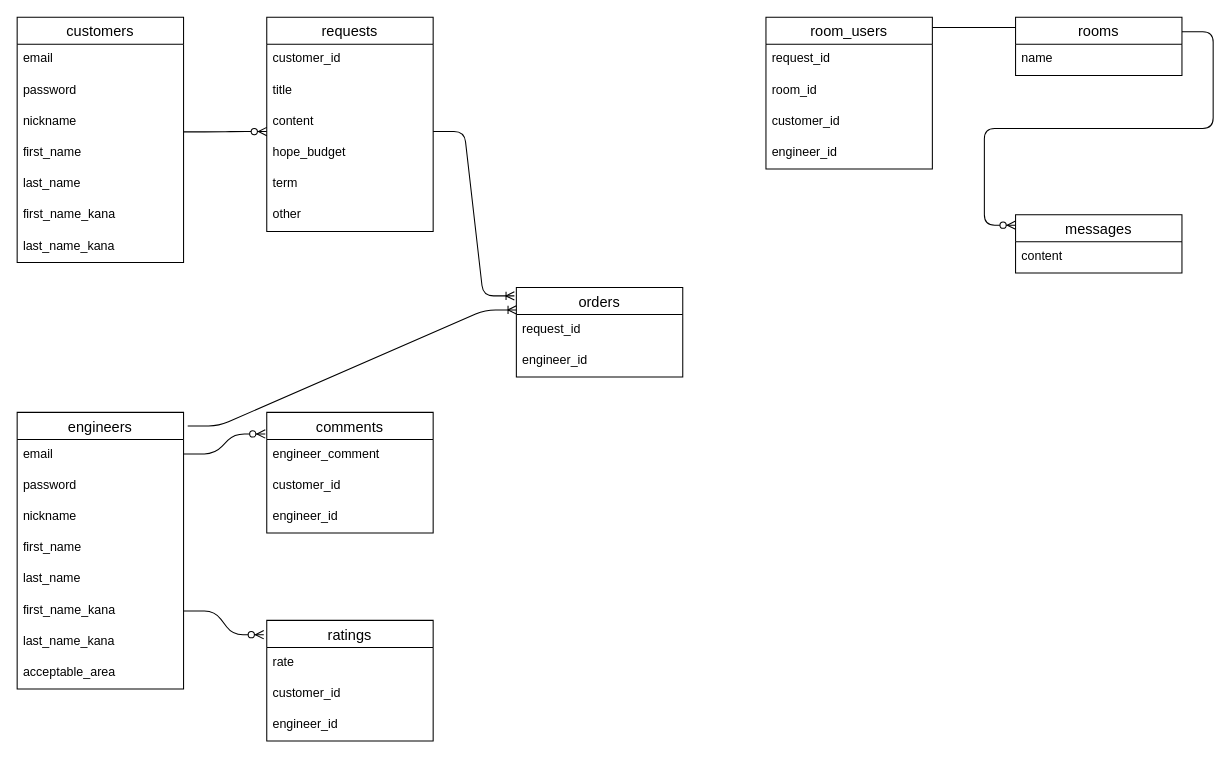
Before: er.dio in ikun2019/exece_bridge, a draw.io diagram. Source tidied: cells renumbered, new cells numbered last; positions are measured from the earlier drawing's top-left corner, leaving out a move shared by most shapes. Both pictures are drawn from the tidied source at 104%, with x=0, y=0 at pixel (17, 17).
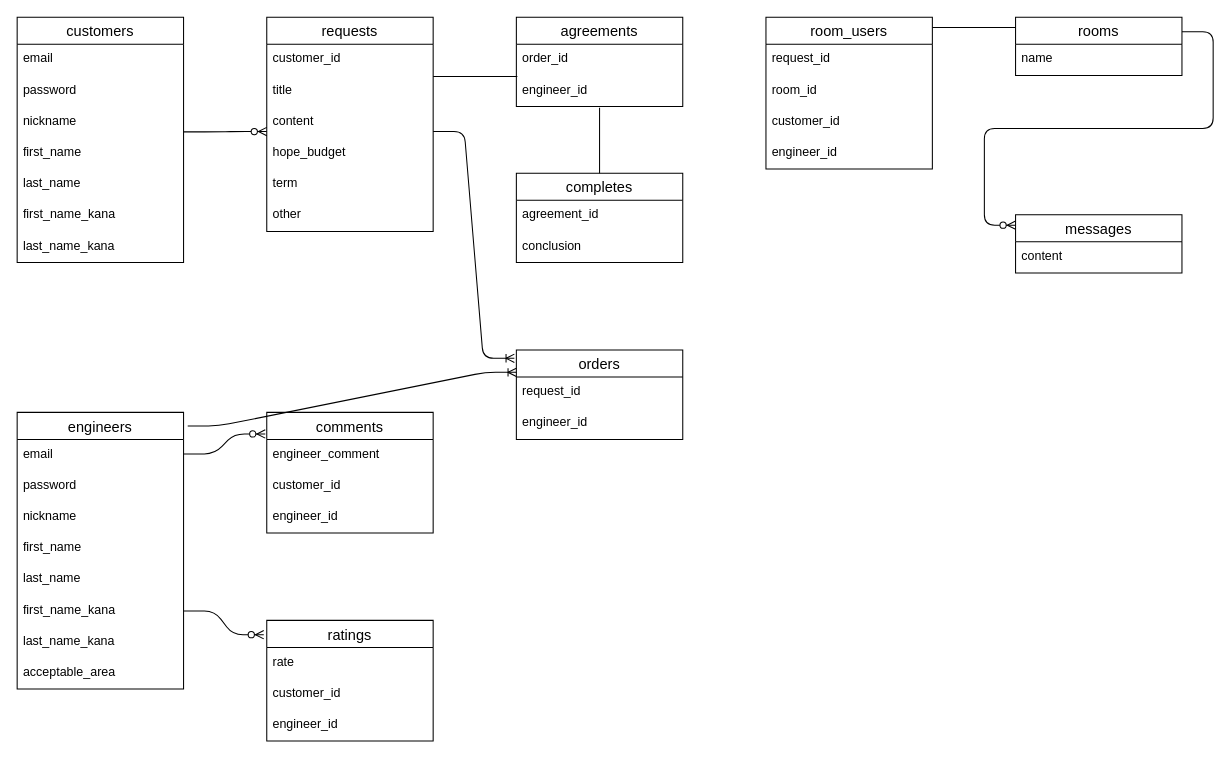
The same page after the edit.

The edit, as a diff of the source:
```diff
@@
     <mxCell id="47" value="orders" style="swimlane;fontStyle=0;horizontal=1;startSize=26;align=center;fontSize=14;" parent="1" vertex="1">
-      <mxGeometry x="480" y="260" width="160" height="86" as="geometry" />
+      <mxGeometry x="480" y="320" width="160" height="86" as="geometry" />
     </mxCell>
@@
+    <mxCell id="53" value="agreements" style="swimlane;fontStyle=0;horizontal=1;startSize=26;align=center;fontSize=14;" parent="1" vertex="1">
+      <mxGeometry x="480" width="160" height="86" as="geometry" />
+    </mxCell>
+    <mxCell id="54" value="order_id" style="text;strokeColor=none;fillColor=none;spacingLeft=4;spacingRight=4;overflow=hidden;fontSize=12;" parent="53" vertex="1">
+      <mxGeometry y="26" width="160" height="30" as="geometry" />
+    </mxCell>
+    <mxCell id="55" value="engineer_id" style="text;strokeColor=none;fillColor=none;spacingLeft=4;spacingRight=4;overflow=hidden;points=[[0,0.5],[1,0.5]];portConstraint=eastwest;fontSize=12;" parent="53" vertex="1">
+      <mxGeometry y="56" width="160" height="30" as="geometry" />
+    </mxCell>
+    <mxCell id="56" value="completes" style="swimlane;fontStyle=0;horizontal=1;startSize=26;align=center;fontSize=14;" parent="1" vertex="1">
+      <mxGeometry x="480" y="150" width="160" height="86" as="geometry" />
+    </mxCell>
+    <mxCell id="57" value="agreement_id" style="text;strokeColor=none;fillColor=none;spacingLeft=4;spacingRight=4;overflow=hidden;fontSize=12;" parent="56" vertex="1">
+      <mxGeometry y="26" width="160" height="30" as="geometry" />
+    </mxCell>
+    <mxCell id="58" value="conclusion" style="text;strokeColor=none;fillColor=none;spacingLeft=4;spacingRight=4;overflow=hidden;fontSize=12;" parent="56" vertex="1">
+      <mxGeometry y="56" width="160" height="30" as="geometry" />
+    </mxCell>
+    <mxCell id="59" style="endArrow=none;html=1;rounded=0;entryX=0.5;entryY=0;entryDx=0;entryDy=0;exitX=0.5;exitY=1.033;exitDx=0;exitDy=0;exitPerimeter=0;" parent="1" edge="1" source="55" target="56">
+      <mxGeometry relative="1" as="geometry" />
+    </mxCell>
+    <mxCell id="60" style="endArrow=none;html=1;rounded=0;entryX=0.006;entryY=0.033;entryDx=0;entryDy=0;entryPerimeter=0;" parent="1" edge="1" target="55">
+      <mxGeometry relative="1" as="geometry">
+        <mxPoint x="400" y="57" as="sourcePoint" />
+      </mxGeometry>
+    </mxCell>
```
